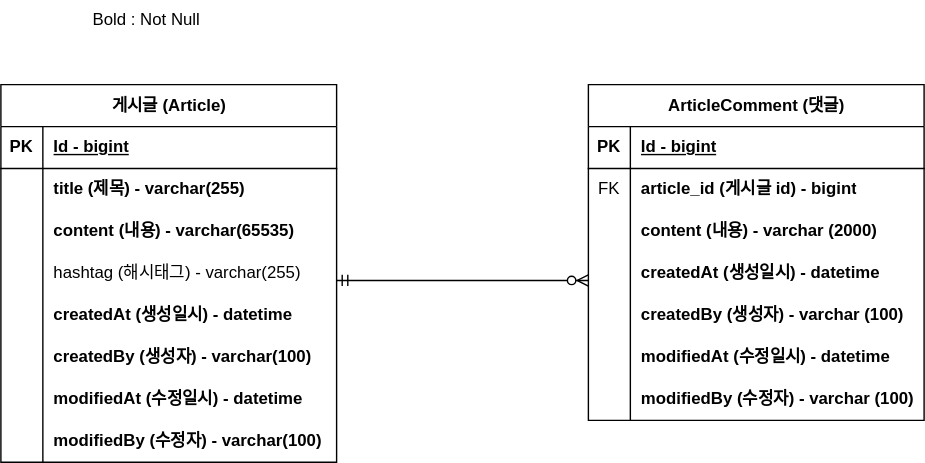
Before: document/java-board-erd.svg, a diagram exported from draw.io (Unagi-zoso/java-board). Source tidied: cells renumbered, new cells last; positions are measured from the earlier drawing's top-left corner, leaving out a move shared by most shapes.
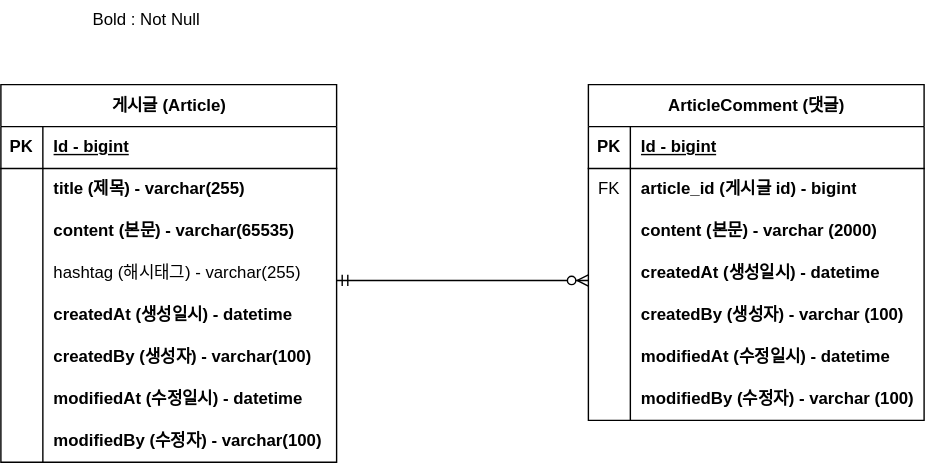
The same diagram one commit later.

Commit message:
#6 Docs: java-board-erd.svg 속성 주석 수정

Article, ArticleComment의 content 속성의 번역 수정
(내용) -> (본문)

Change to the diagram source:
```diff
@@ -29,7 +29,7 @@
     <mxCell id="10" style="shape=partialRectangle;fillColor=none;top=0;left=0;bottom=0;right=0;overflow=hidden;whiteSpace=wrap;html=1;" parent="9" vertex="1">
       <mxGeometry width="30" height="30" as="geometry" />
     </mxCell>
-    <mxCell id="11" value="content (내용) - varchar(65535)" style="shape=partialRectangle;fillColor=none;top=0;left=0;bottom=0;right=0;align=left;spacingLeft=6;overflow=hidden;whiteSpace=wrap;html=1;fontStyle=1;" parent="9" vertex="1">
+    <mxCell id="11" value="content (본문) - varchar(65535)" style="shape=partialRectangle;fillColor=none;top=0;left=0;bottom=0;right=0;align=left;spacingLeft=6;overflow=hidden;whiteSpace=wrap;html=1;fontStyle=1;" parent="9" vertex="1">
       <mxGeometry x="30" width="210" height="30" as="geometry" />
     </mxCell>
     <mxCell id="12" style="shape=tableRow;horizontal=0;startSize=0;swimlaneHead=0;swimlaneBody=0;fillColor=none;top=0;left=0;right=0;bottom=0;" parent="2" vertex="1">
@@ -104,7 +104,7 @@
     <mxCell id="35" style="shape=partialRectangle;fillColor=none;top=0;left=0;bottom=0;right=0;overflow=hidden;whiteSpace=wrap;html=1;" parent="34" vertex="1">
       <mxGeometry width="30" height="30" as="geometry" />
     </mxCell>
-    <mxCell id="36" value="content (내용) - varchar (2000)" style="shape=partialRectangle;fillColor=none;top=0;left=0;bottom=0;right=0;align=left;spacingLeft=6;overflow=hidden;whiteSpace=wrap;html=1;fontStyle=1;" parent="34" vertex="1">
+    <mxCell id="36" value="content (본문) - varchar (2000)" style="shape=partialRectangle;fillColor=none;top=0;left=0;bottom=0;right=0;align=left;spacingLeft=6;overflow=hidden;whiteSpace=wrap;html=1;fontStyle=1;" parent="34" vertex="1">
       <mxGeometry x="30" width="210" height="30" as="geometry" />
     </mxCell>
     <mxCell id="37" style="shape=tableRow;horizontal=0;startSize=0;swimlaneHead=0;swimlaneBody=0;fillColor=none;top=0;left=0;right=0;bottom=0;" parent="27" vertex="1">
```
